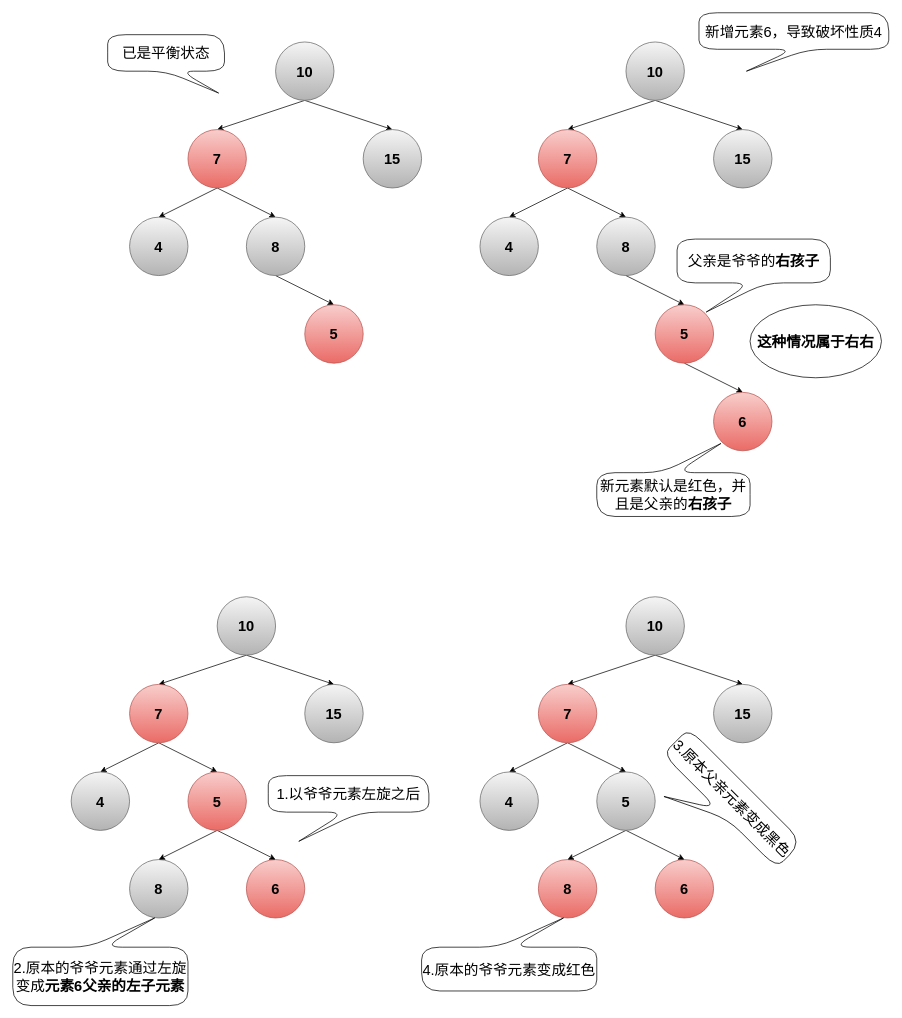
This is page "右右" (1 of 5) of typora/JavaSE/6 集合/drawio/HashMap/红黑树失衡情况.drawio from LDChing0321/JavaLearn, a draw.io file, before an edit. Source tidied: cells renumbered, new cells numbered last; positions are measured from the earlier drawing's top-left corner, leaving out a move shared by most shapes. Both pictures are drawn from the tidied source at 73%, with x=0, y=0 at pixel (12, 12).
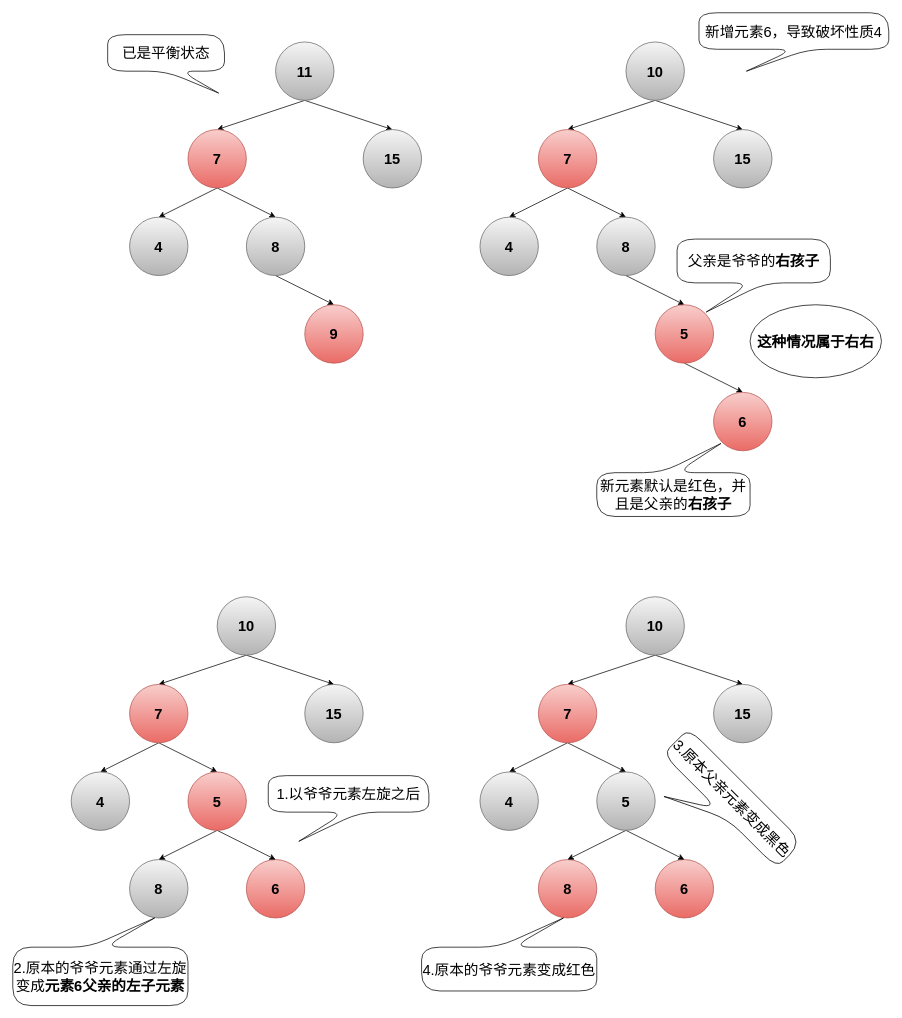
After the change.

Change to the diagram source:
```diff
@@
-    <mxCell id="4" value="&lt;b style=&quot;font-size: 20px;&quot;&gt;10&lt;/b&gt;" style="ellipse;whiteSpace=wrap;html=1;fontSize=20;fillColor=#f5f5f5;gradientColor=#b3b3b3;strokeColor=#666666;" parent="1" vertex="1">
+    <mxCell id="4" value="&lt;b style=&quot;font-size: 20px;&quot;&gt;11&lt;/b&gt;" style="ellipse;whiteSpace=wrap;html=1;fontSize=20;fillColor=#f5f5f5;gradientColor=#b3b3b3;strokeColor=#666666;" parent="1" vertex="1">
       <mxGeometry x="360" y="40" width="80" height="80" as="geometry" />
     </mxCell>
@@
-    <mxCell id="14" value="&lt;b style=&quot;font-size: 20px;&quot;&gt;5&lt;/b&gt;" style="ellipse;whiteSpace=wrap;html=1;fontSize=20;fillColor=#f8cecc;gradientColor=#ea6b66;strokeColor=#b85450;" parent="1" vertex="1">
+    <mxCell id="14" value="&lt;b style=&quot;font-size: 20px;&quot;&gt;9&lt;/b&gt;" style="ellipse;whiteSpace=wrap;html=1;fontSize=20;fillColor=#f8cecc;gradientColor=#ea6b66;strokeColor=#b85450;" parent="1" vertex="1">
       <mxGeometry x="400" y="400" width="80" height="80" as="geometry" />
     </mxCell>
```
